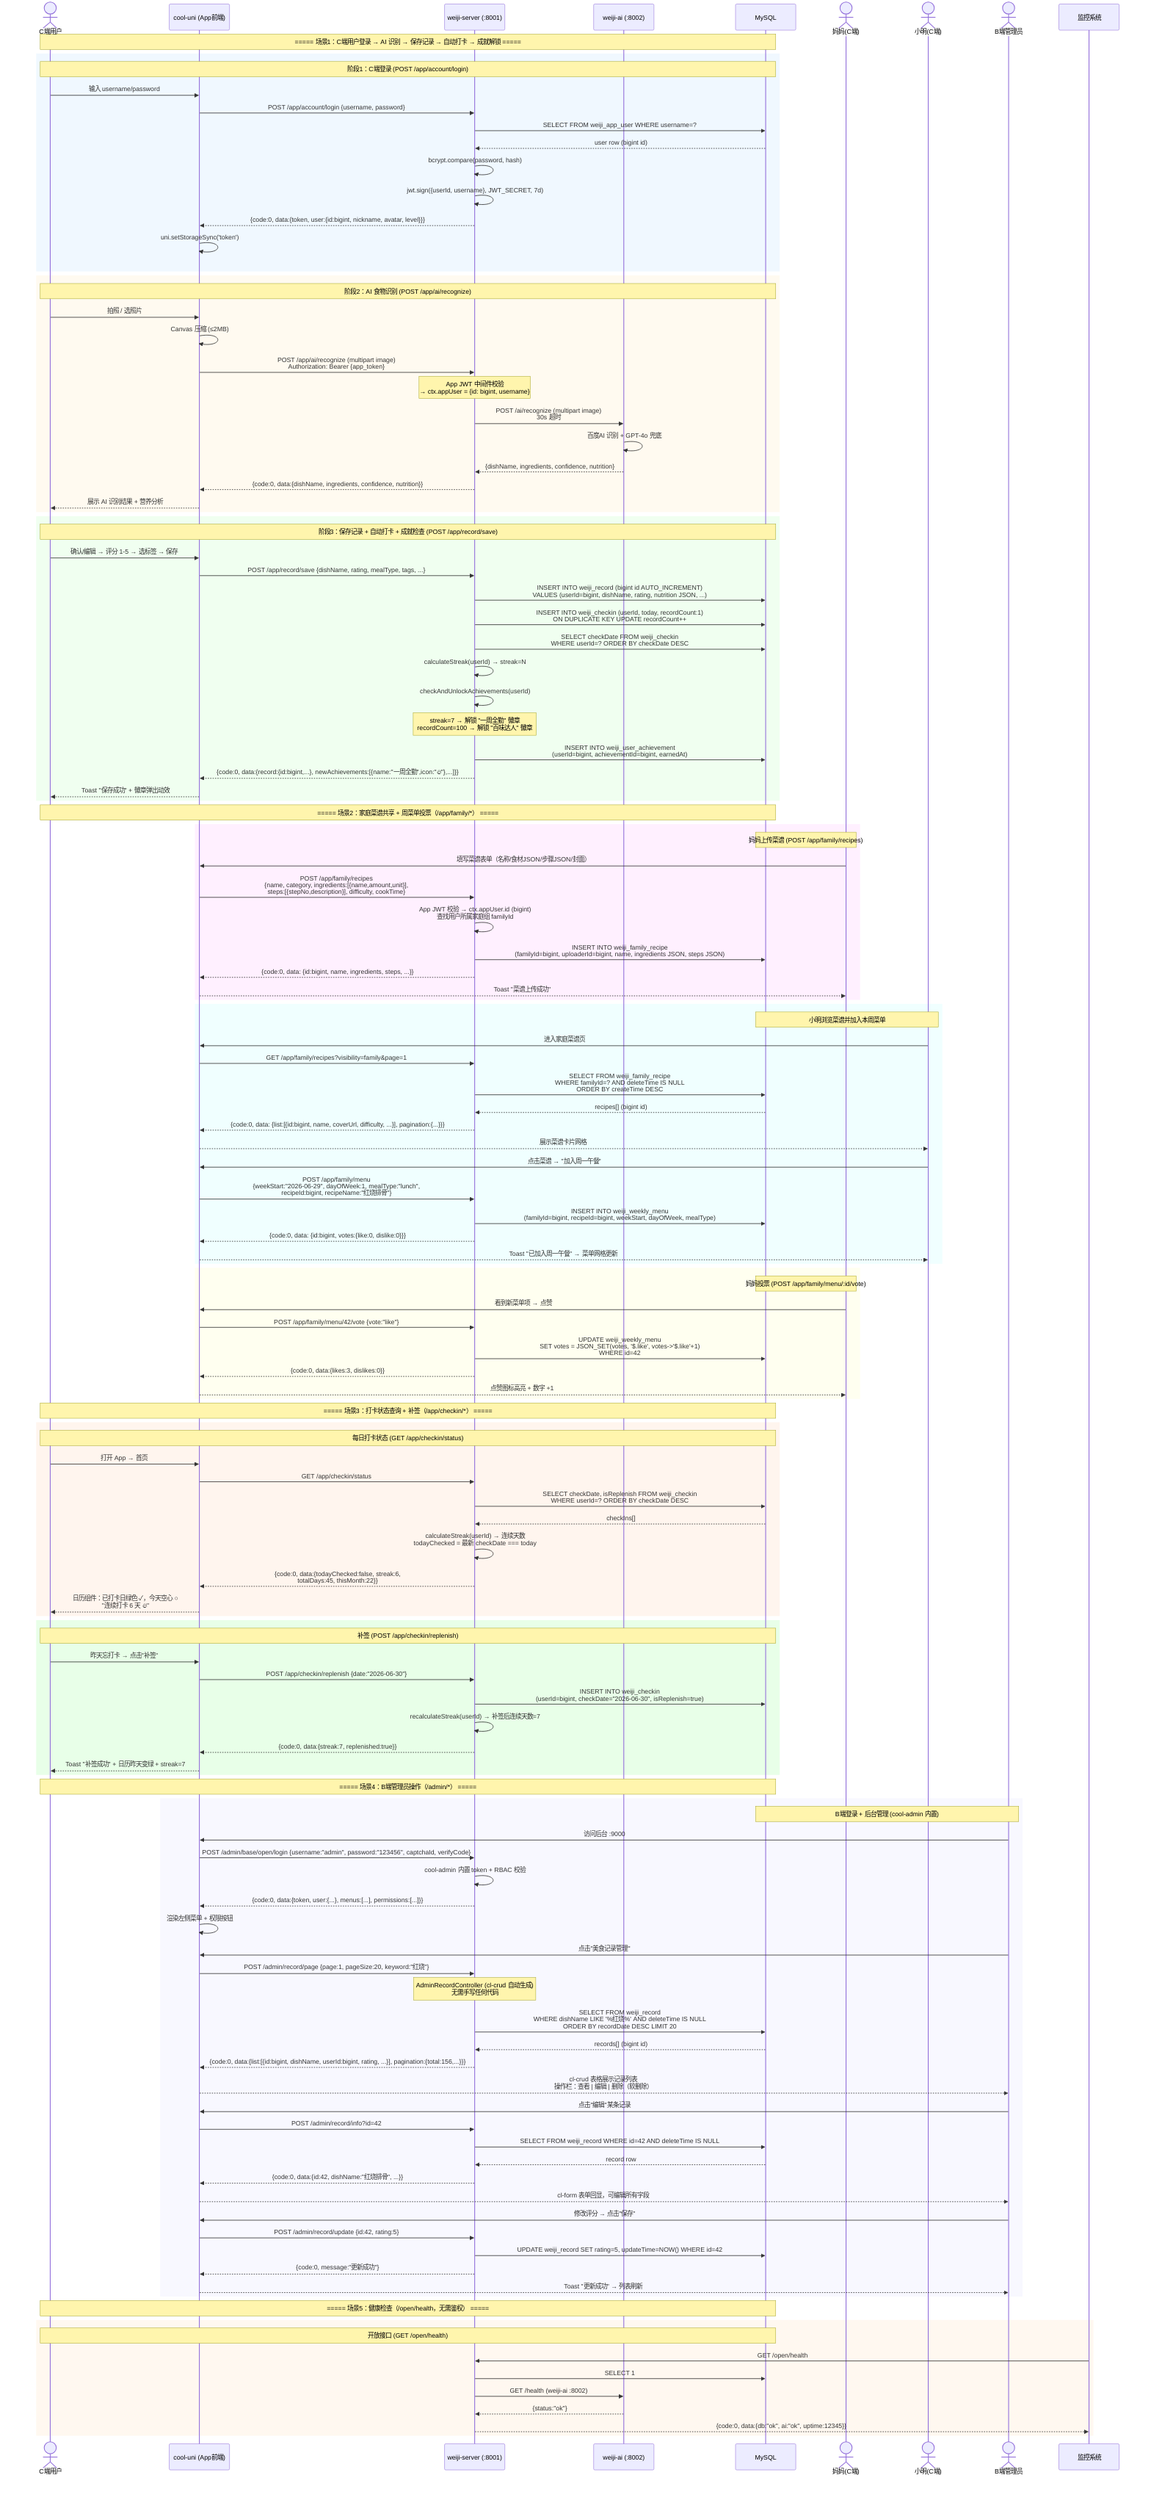
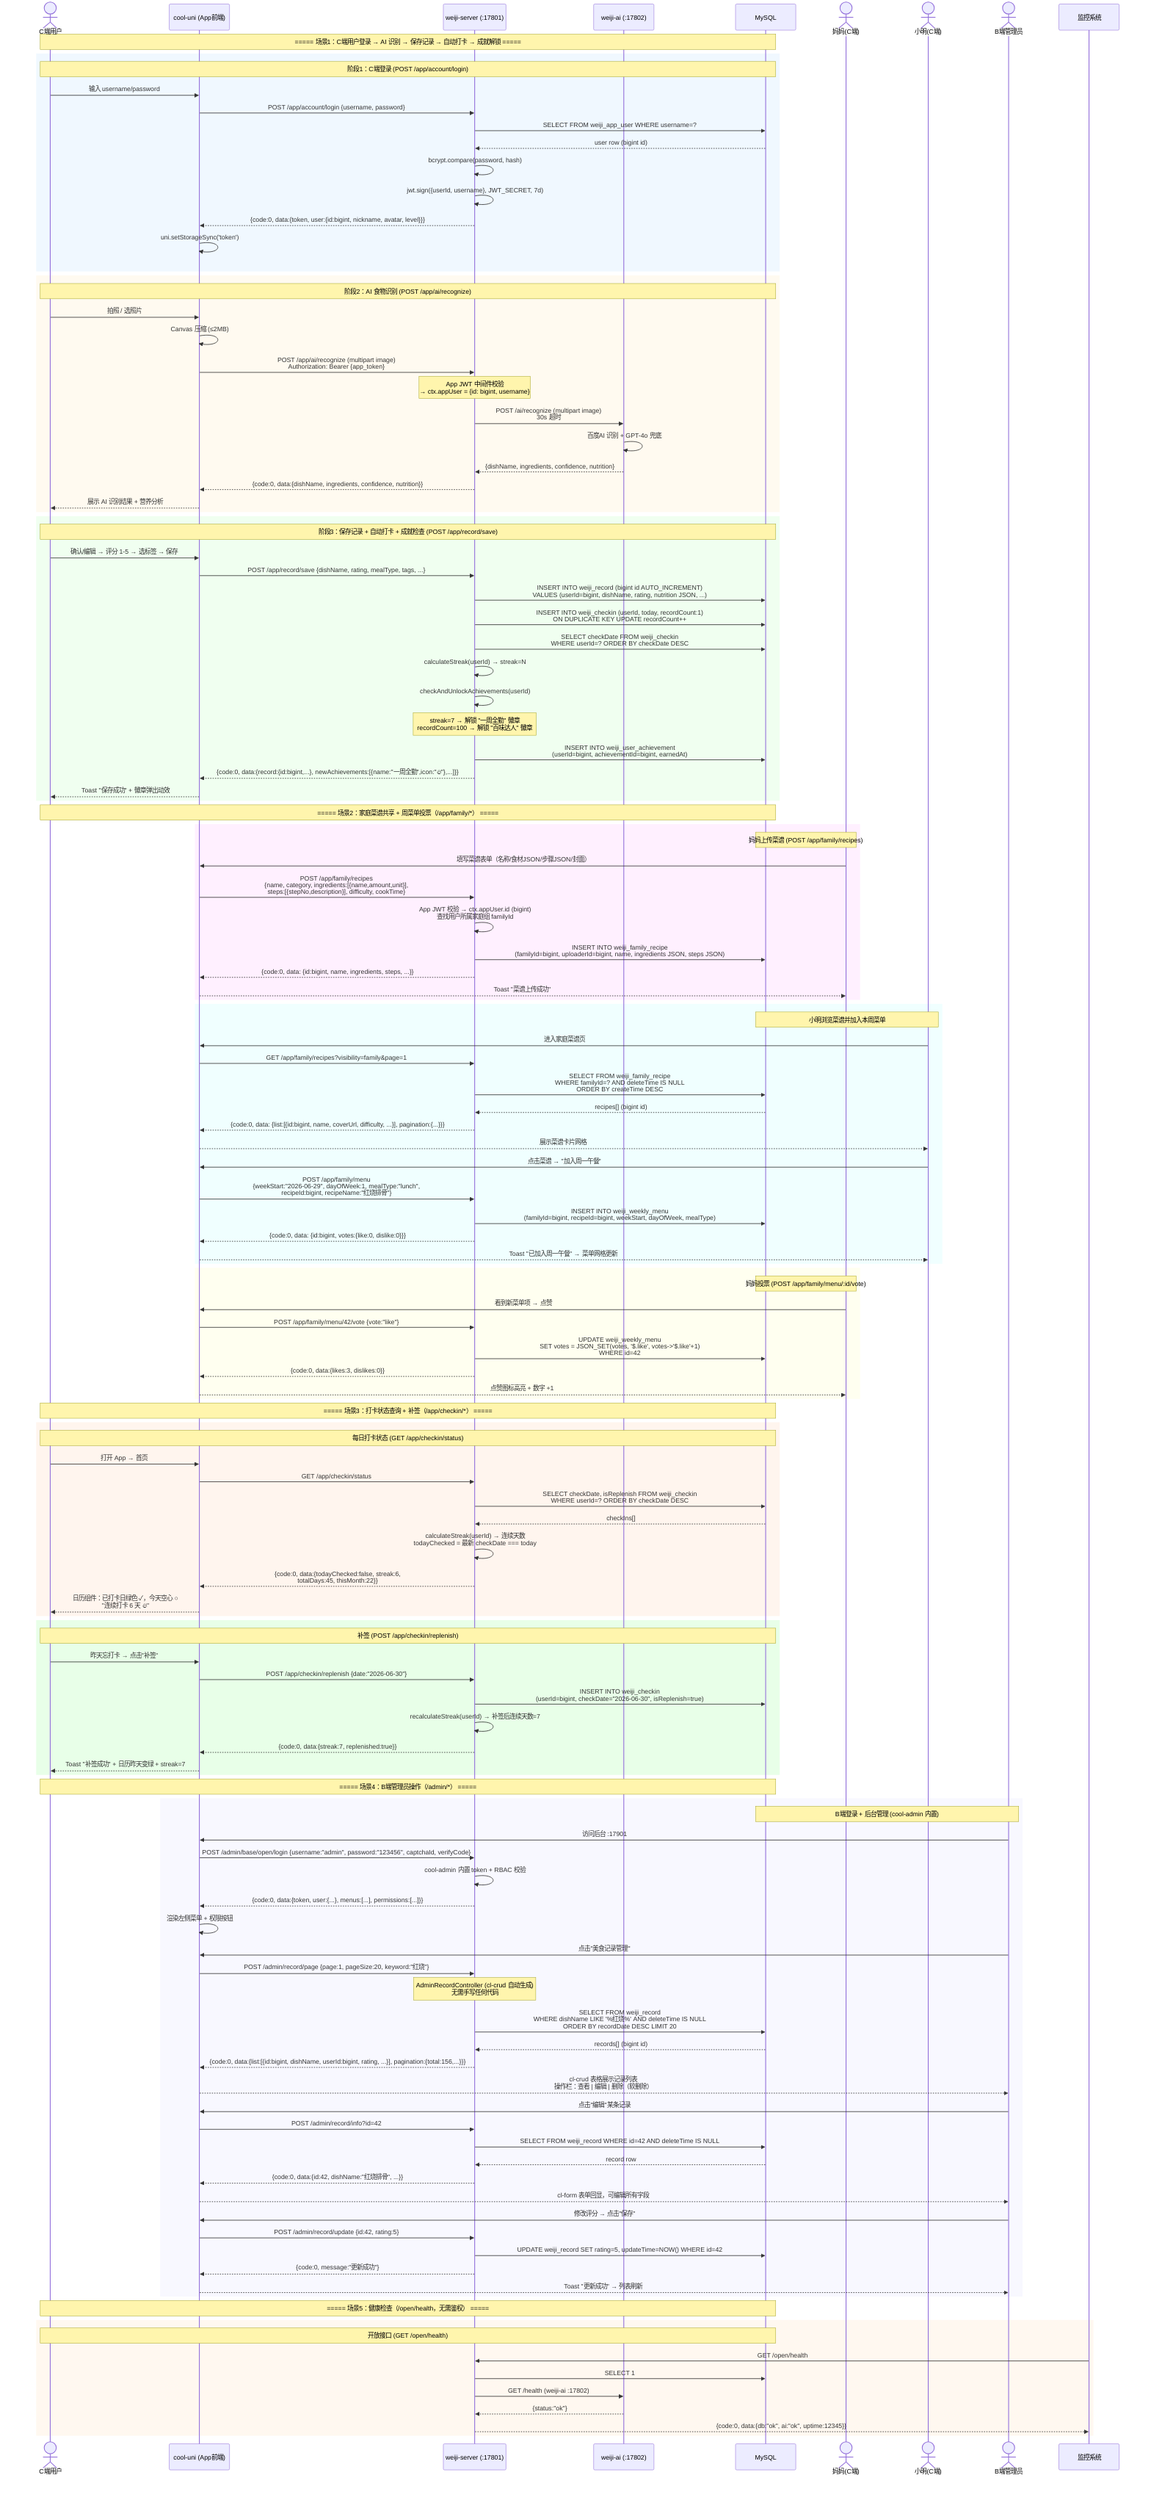
sequenceDiagram
    actor U as C端用户
    participant FE as cool-uni (App前端)
-     participant BE as weiji-server (:8001)
-     participant AI as weiji-ai (:8002)
+     participant BE as weiji-server (:17801)
+     participant AI as weiji-ai (:17802)
    participant DB as MySQL

    %% ===== 场景1：C端登录 → AI识别 → 保存记录 → 打卡 → 成就 =====

    Note over U,DB: ===== 场景1：C端用户登录 → AI 识别 → 保存记录 → 自动打卡 → 成就解锁 =====

    rect rgb(240, 248, 255)
        Note over U,DB: 阶段1：C端登录 (POST /app/account/login)
        U->>FE: 输入 username/password
        FE->>BE: POST /app/account/login {username, password}
        BE->>DB: SELECT FROM weiji_app_user WHERE username=?
        DB-->>BE: user row (bigint id)
        BE->>BE: bcrypt.compare(password, hash)
        BE->>BE: jwt.sign({userId, username}, JWT_SECRET, 7d)
        BE-->>FE: {code:0, data:{token, user:{id:bigint, nickname, avatar, level}}}
        FE->>FE: uni.setStorageSync('token')
    end

    rect rgb(255, 250, 240)
        Note over U,DB: 阶段2：AI 食物识别 (POST /app/ai/recognize)
        U->>FE: 拍照 / 选照片
        FE->>FE: Canvas 压缩 (≤2MB)
        FE->>BE: POST /app/ai/recognize (multipart image)<br/>Authorization: Bearer {app_token}
        Note over BE: App JWT 中间件校验<br/>→ ctx.appUser = {id: bigint, username}
        BE->>AI: POST /ai/recognize (multipart image)<br/>30s 超时
        AI->>AI: 百度AI 识别 + GPT-4o 兜底
        AI-->>BE: {dishName, ingredients, confidence, nutrition}
        BE-->>FE: {code:0, data:{dishName, ingredients, confidence, nutrition}}
        FE-->>U: 展示 AI 识别结果 + 营养分析
    end

    rect rgb(240, 255, 240)
        Note over U,DB: 阶段3：保存记录 + 自动打卡 + 成就检查 (POST /app/record/save)
        U->>FE: 确认/编辑 → 评分 1-5 → 选标签 → 保存
        FE->>BE: POST /app/record/save {dishName, rating, mealType, tags, ...}
        BE->>DB: INSERT INTO weiji_record (bigint id AUTO_INCREMENT)<br/>VALUES (userId=bigint, dishName, rating, nutrition JSON, ...)
        BE->>DB: INSERT INTO weiji_checkin (userId, today, recordCount:1)<br/>ON DUPLICATE KEY UPDATE recordCount++
        BE->>DB: SELECT checkDate FROM weiji_checkin<br/>WHERE userId=? ORDER BY checkDate DESC
        BE->>BE: calculateStreak(userId) → streak=N
        BE->>BE: checkAndUnlockAchievements(userId)
        Note over BE: streak=7 → 解锁 "一周全勤" 徽章<br/>recordCount=100 → 解锁 "百味达人" 徽章
        BE->>DB: INSERT INTO weiji_user_achievement<br/>(userId=bigint, achievementId=bigint, earnedAt)
        BE-->>FE: {code:0, data:{record:{id:bigint,...}, newAchievements:[{name:"一周全勤",icon:"🔥"},...]}}
        FE-->>U: Toast "保存成功" + 徽章弹出动效
    end

    %% ===== 场景2：家庭菜谱共享 + 菜单投票 =====

    Note over U,DB: ===== 场景2：家庭菜谱共享 + 周菜单投票（/app/family/*） =====

    actor M as 妈妈(C端)
    actor D as 小明(C端)

    rect rgb(255, 240, 255)
        Note over M,DB: 妈妈上传菜谱 (POST /app/family/recipes)
        M->>FE: 填写菜谱表单（名称/食材JSON/步骤JSON/封面）
        FE->>BE: POST /app/family/recipes<br/>{name, category, ingredients:[{name,amount,unit}],<br/> steps:[{stepNo,description}], difficulty, cookTime}
        BE->>BE: App JWT 校验 → ctx.appUser.id (bigint)<br/>查找用户所属家庭组 familyId
        BE->>DB: INSERT INTO weiji_family_recipe<br/>(familyId=bigint, uploaderId=bigint, name, ingredients JSON, steps JSON)
        BE-->>FE: {code:0, data: {id:bigint, name, ingredients, steps, ...}}
        FE-->>M: Toast "菜谱上传成功"
    end

    rect rgb(240, 255, 255)
        Note over D,DB: 小明浏览菜谱并加入本周菜单
        D->>FE: 进入家庭菜谱页
        FE->>BE: GET /app/family/recipes?visibility=family&page=1
        BE->>DB: SELECT FROM weiji_family_recipe<br/>WHERE familyId=? AND deleteTime IS NULL<br/>ORDER BY createTime DESC
        DB-->>BE: recipes[] (bigint id)
        BE-->>FE: {code:0, data: {list:[{id:bigint, name, coverUrl, difficulty, ...}], pagination:{...}}}
        FE-->>D: 展示菜谱卡片网格

        D->>FE: 点击菜谱 → "加入周一午餐"
        FE->>BE: POST /app/family/menu<br/>{weekStart:"2026-06-29", dayOfWeek:1, mealType:"lunch",<br/> recipeId:bigint, recipeName:"红烧排骨"}
        BE->>DB: INSERT INTO weiji_weekly_menu<br/>(familyId=bigint, recipeId=bigint, weekStart, dayOfWeek, mealType)
        BE-->>FE: {code:0, data: {id:bigint, votes:{like:0, dislike:0}}}
        FE-->>D: Toast "已加入周一午餐" → 菜单网格更新
    end

    rect rgb(255, 255, 240)
        Note over M,DB: 妈妈投票 (POST /app/family/menu/:id/vote)
        M->>FE: 看到新菜单项 → 点赞
        FE->>BE: POST /app/family/menu/42/vote {vote:"like"}
        BE->>DB: UPDATE weiji_weekly_menu<br/>SET votes = JSON_SET(votes, '$.like', votes->'$.like'+1)<br/>WHERE id=42
        BE-->>FE: {code:0, data:{likes:3, dislikes:0}}
        FE-->>M: 点赞图标高亮 + 数字 +1
    end

    %% ===== 场景3：打卡状态 → 补签 =====

    Note over U,DB: ===== 场景3：打卡状态查询 + 补签（/app/checkin/*） =====

    rect rgb(255, 245, 238)
        Note over U,DB: 每日打卡状态 (GET /app/checkin/status)
        U->>FE: 打开 App → 首页
        FE->>BE: GET /app/checkin/status
        BE->>DB: SELECT checkDate, isReplenish FROM weiji_checkin<br/>WHERE userId=? ORDER BY checkDate DESC
        DB-->>BE: checkIns[]
        BE->>BE: calculateStreak(userId) → 连续天数<br/>todayChecked = 最新 checkDate === today
        BE-->>FE: {code:0, data:{todayChecked:false, streak:6,<br/>  totalDays:45, thisMonth:22}}
        FE-->>U: 日历组件：已打卡日绿色 ✓，今天空心 ○<br/>"连续打卡 6 天 🔥"
    end

    rect rgb(232, 255, 232)
        Note over U,DB: 补签 (POST /app/checkin/replenish)
        U->>FE: 昨天忘打卡 → 点击"补签"
        FE->>BE: POST /app/checkin/replenish {date:"2026-06-30"}
        BE->>DB: INSERT INTO weiji_checkin<br/>(userId=bigint, checkDate="2026-06-30", isReplenish=true)
        BE->>BE: recalculateStreak(userId) → 补签后连续天数=7
        BE-->>FE: {code:0, data:{streak:7, replenished:true}}
        FE-->>U: Toast "补签成功" + 日历昨天变绿 + streak=7
    end

    %% ===== 场景4：B端管理员操作 =====

    Note over U,DB: ===== 场景4：B端管理员操作（/admin/*） =====

    actor AD as B端管理员

    rect rgb(248, 248, 255)
        Note over AD,DB: B端登录 + 后台管理 (cool-admin 内置)
-         AD->>FE: 访问后台 :9000
+         AD->>FE: 访问后台 :17901
        FE->>BE: POST /admin/base/open/login {username:"admin", password:"123456", captchaId, verifyCode}
        BE->>BE: cool-admin 内置 token + RBAC 校验
        BE-->>FE: {code:0, data:{token, user:{...}, menus:[...], permissions:[...]}}
        FE->>FE: 渲染左侧菜单 + 权限按钮

        AD->>FE: 点击"美食记录管理"
        FE->>BE: POST /admin/record/page {page:1, pageSize:20, keyword:"红烧"}
        Note over BE: AdminRecordController (cl-crud 自动生成)<br/>无需手写任何代码
        BE->>DB: SELECT FROM weiji_record<br/>WHERE dishName LIKE '%红烧%' AND deleteTime IS NULL<br/>ORDER BY recordDate DESC LIMIT 20
        DB-->>BE: records[] (bigint id)
        BE-->>FE: {code:0, data:{list:[{id:bigint, dishName, userId:bigint, rating, ...}], pagination:{total:156,...}}}
        FE-->>AD: cl-crud 表格展示记录列表<br/>操作栏：查看 | 编辑 | 删除（软删除）

        AD->>FE: 点击"编辑"某条记录
        FE->>BE: POST /admin/record/info?id=42
        BE->>DB: SELECT FROM weiji_record WHERE id=42 AND deleteTime IS NULL
        DB-->>BE: record row
        BE-->>FE: {code:0, data:{id:42, dishName:"红烧排骨", ...}}
        FE-->>AD: cl-form 表单回显，可编辑所有字段

        AD->>FE: 修改评分 → 点击"保存"
        FE->>BE: POST /admin/record/update {id:42, rating:5}
        BE->>DB: UPDATE weiji_record SET rating=5, updateTime=NOW() WHERE id=42
        BE-->>FE: {code:0, message:"更新成功"}
        FE-->>AD: Toast "更新成功" → 列表刷新
    end

    %% ===== 场景5：健康检查 =====

    Note over U,DB: ===== 场景5：健康检查（/open/health，无需鉴权） =====

    rect rgb(255, 248, 240)
        Note over U,DB: 开放接口 (GET /open/health)
        participant MON as 监控系统
        MON->>BE: GET /open/health
        BE->>DB: SELECT 1
-         BE->>AI: GET /health (weiji-ai :8002)
+         BE->>AI: GET /health (weiji-ai :17802)
        AI-->>BE: {status:"ok"}
        BE-->>MON: {code:0, data:{db:"ok", ai:"ok", uptime:12345}}
    end
